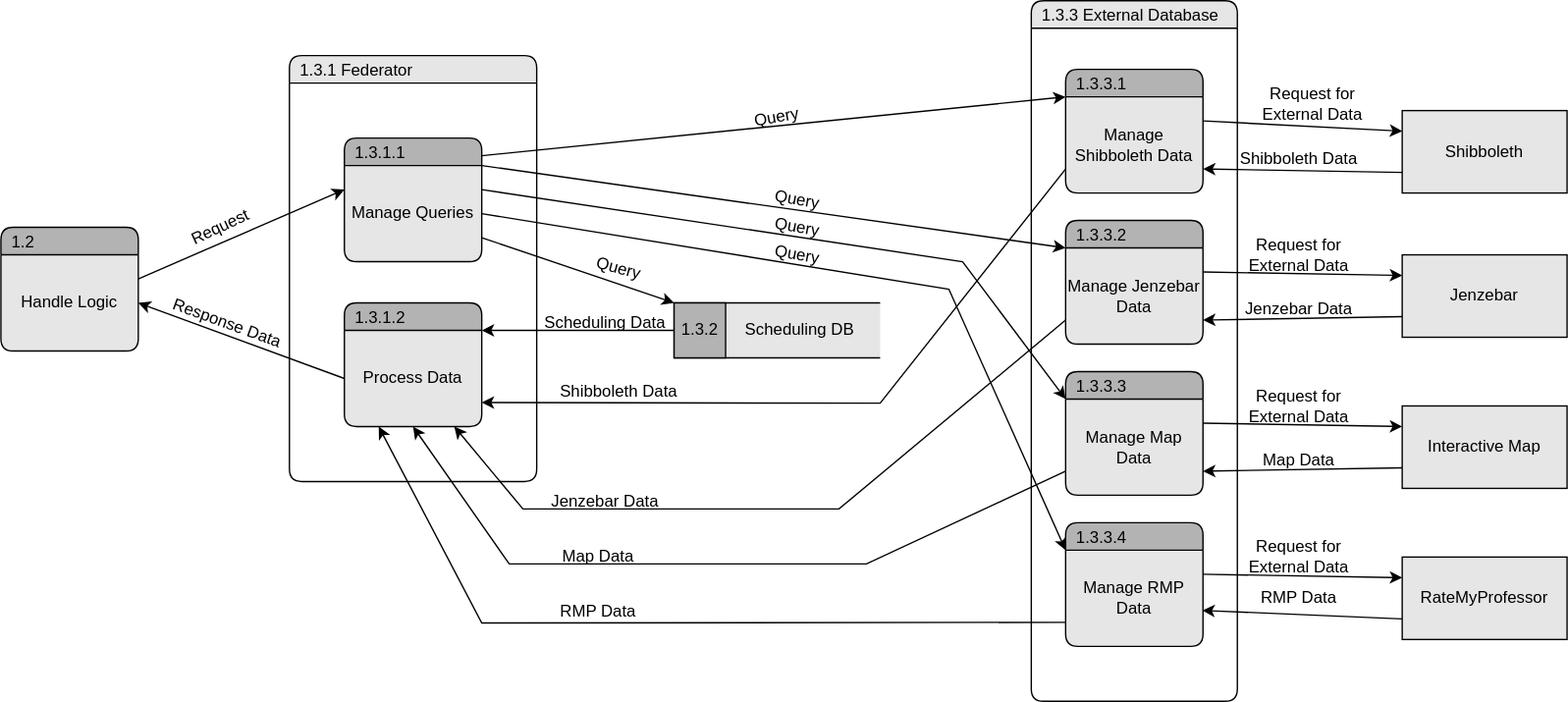
The draw.io diagram Storage/TeamOneFiles/storage_DFD.drawio.svg in MckennahPalmer/CSE430, before a commit. Source tidied: cells renumbered, new cells last; positions are measured from the earlier drawing's top-left corner, leaving out a move shared by most shapes.
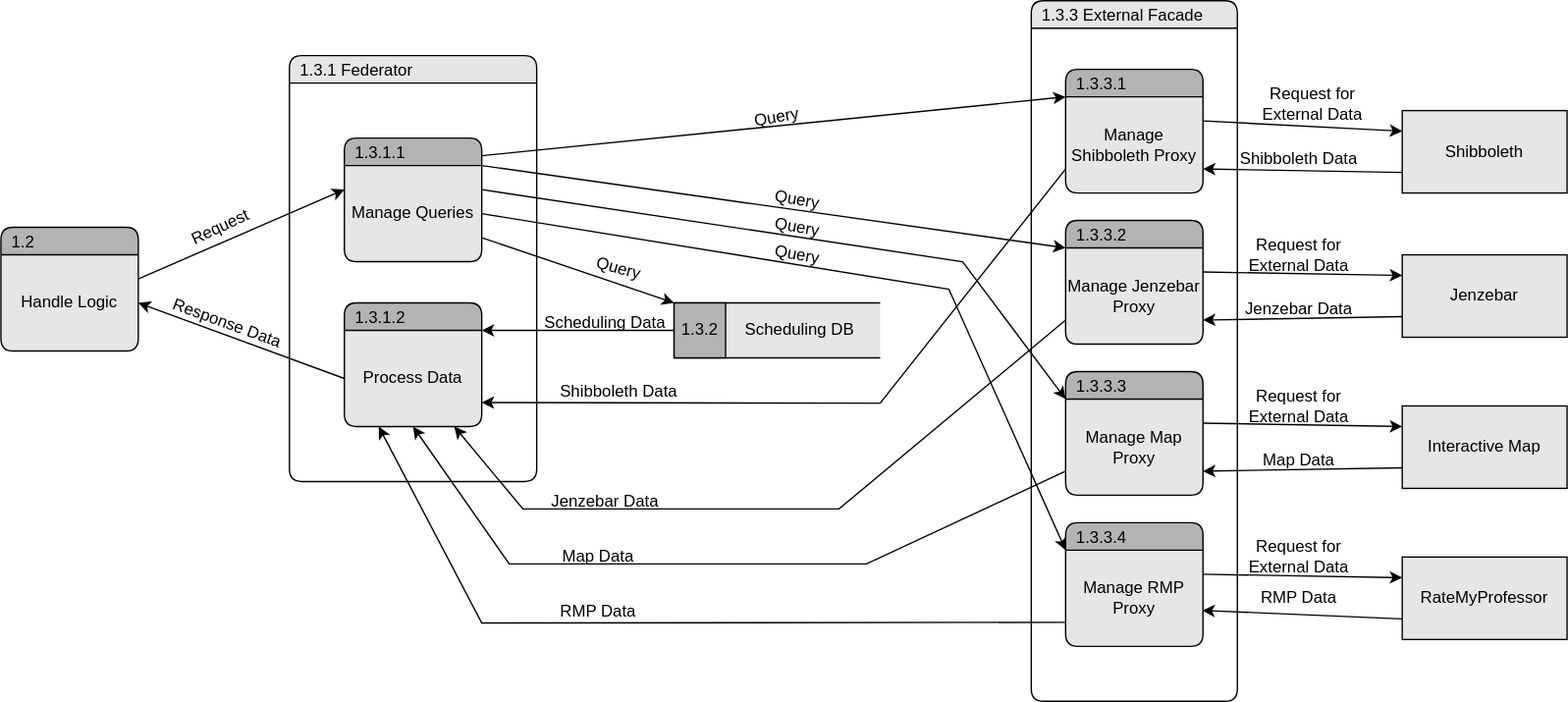
The same file after the commit.

Change to the diagram source:
```diff
@@ -56,31 +56,31 @@
     <mxCell id="19" value="Scheduling Data" style="text;html=1;align=center;verticalAlign=middle;whiteSpace=wrap;rounded=0;rotation=0;" parent="1" vertex="1">
       <mxGeometry x="390" y="220" width="100" height="30" as="geometry" />
     </mxCell>
-    <mxCell id="20" value="1.3.3 External Database" style="swimlane;fontStyle=0;horizontal=1;startSize=20;fillColor=#E6E6E6;swimlaneFillColor=#FFFFFF;rounded=1;strokeColor=default;align=left;verticalAlign=middle;fontFamily=Helvetica;fontSize=12;fontColor=default;spacingLeft=6;shadow=0;" parent="1" vertex="1">
+    <mxCell id="20" value="1.3.3 External Facade" style="swimlane;fontStyle=0;horizontal=1;startSize=20;fillColor=#E6E6E6;swimlaneFillColor=#FFFFFF;rounded=1;strokeColor=default;align=left;verticalAlign=middle;fontFamily=Helvetica;fontSize=12;fontColor=default;spacingLeft=6;shadow=0;" parent="1" vertex="1">
       <mxGeometry x="750" width="150" height="510" as="geometry" />
     </mxCell>
     <mxCell id="21" value="1.3.3.4" style="swimlane;fontStyle=0;horizontal=1;startSize=20;fillColor=#B3B3B3;swimlaneFillColor=#E6E6E6;rounded=1;strokeColor=default;align=left;verticalAlign=middle;fontFamily=Helvetica;fontSize=12;fontColor=default;spacingLeft=6;shadow=0;" parent="1" vertex="1">
       <mxGeometry x="775" y="380" width="100" height="90" as="geometry" />
     </mxCell>
-    <mxCell id="22" value="Manage RMP Data" style="text;html=1;strokeColor=none;fillColor=none;align=center;verticalAlign=middle;whiteSpace=wrap;rounded=0;fontSize=12;fontFamily=Helvetica;fontColor=default;" parent="21" vertex="1">
+    <mxCell id="22" value="Manage RMP Proxy" style="text;html=1;strokeColor=none;fillColor=none;align=center;verticalAlign=middle;whiteSpace=wrap;rounded=0;fontSize=12;fontFamily=Helvetica;fontColor=default;" parent="21" vertex="1">
       <mxGeometry y="20" width="100" height="70" as="geometry" />
     </mxCell>
     <mxCell id="23" value="1.3.3.3" style="swimlane;fontStyle=0;horizontal=1;startSize=20;fillColor=#B3B3B3;swimlaneFillColor=#E6E6E6;rounded=1;strokeColor=default;align=left;verticalAlign=middle;fontFamily=Helvetica;fontSize=12;fontColor=default;spacingLeft=6;shadow=0;" parent="1" vertex="1">
       <mxGeometry x="775" y="270" width="100" height="90" as="geometry" />
     </mxCell>
-    <mxCell id="24" value="Manage Map Data" style="text;html=1;strokeColor=none;fillColor=none;align=center;verticalAlign=middle;whiteSpace=wrap;rounded=0;fontSize=12;fontFamily=Helvetica;fontColor=default;" parent="23" vertex="1">
+    <mxCell id="24" value="Manage Map Proxy" style="text;html=1;strokeColor=none;fillColor=none;align=center;verticalAlign=middle;whiteSpace=wrap;rounded=0;fontSize=12;fontFamily=Helvetica;fontColor=default;" parent="23" vertex="1">
       <mxGeometry y="20" width="100" height="70" as="geometry" />
     </mxCell>
     <mxCell id="25" value="1.3.3.2" style="swimlane;fontStyle=0;horizontal=1;startSize=20;fillColor=#B3B3B3;swimlaneFillColor=#E6E6E6;rounded=1;strokeColor=default;align=left;verticalAlign=middle;fontFamily=Helvetica;fontSize=12;fontColor=default;spacingLeft=6;shadow=0;" parent="1" vertex="1">
       <mxGeometry x="775" y="160" width="100" height="90" as="geometry" />
     </mxCell>
-    <mxCell id="26" value="Manage Jenzebar Data" style="text;html=1;strokeColor=none;fillColor=none;align=center;verticalAlign=middle;whiteSpace=wrap;rounded=0;fontSize=12;fontFamily=Helvetica;fontColor=default;" parent="25" vertex="1">
+    <mxCell id="26" value="Manage Jenzebar Proxy" style="text;html=1;strokeColor=none;fillColor=none;align=center;verticalAlign=middle;whiteSpace=wrap;rounded=0;fontSize=12;fontFamily=Helvetica;fontColor=default;" parent="25" vertex="1">
       <mxGeometry y="20" width="100" height="70" as="geometry" />
     </mxCell>
     <mxCell id="27" value="1.3.3.1" style="swimlane;fontStyle=0;horizontal=1;startSize=20;fillColor=#B3B3B3;swimlaneFillColor=#E6E6E6;rounded=1;strokeColor=default;align=left;verticalAlign=middle;fontFamily=Helvetica;fontSize=12;fontColor=default;spacingLeft=6;shadow=0;" parent="1" vertex="1">
       <mxGeometry x="775" y="50" width="100" height="90" as="geometry" />
     </mxCell>
-    <mxCell id="28" value="Manage Shibboleth Data" style="text;html=1;strokeColor=none;fillColor=none;align=center;verticalAlign=middle;whiteSpace=wrap;rounded=0;fontSize=12;fontFamily=Helvetica;fontColor=default;" parent="27" vertex="1">
+    <mxCell id="28" value="Manage Shibboleth Proxy" style="text;html=1;strokeColor=none;fillColor=none;align=center;verticalAlign=middle;whiteSpace=wrap;rounded=0;fontSize=12;fontFamily=Helvetica;fontColor=default;" parent="27" vertex="1">
       <mxGeometry y="20" width="100" height="70" as="geometry" />
     </mxCell>
     <mxCell id="29" style="endArrow=classic;html=1;rounded=0;exitX=0.999;exitY=0.143;exitDx=0;exitDy=0;exitPerimeter=0;entryX=0;entryY=0;entryDx=0;entryDy=0;" parent="1" edge="1" source="3" target="28">
```
